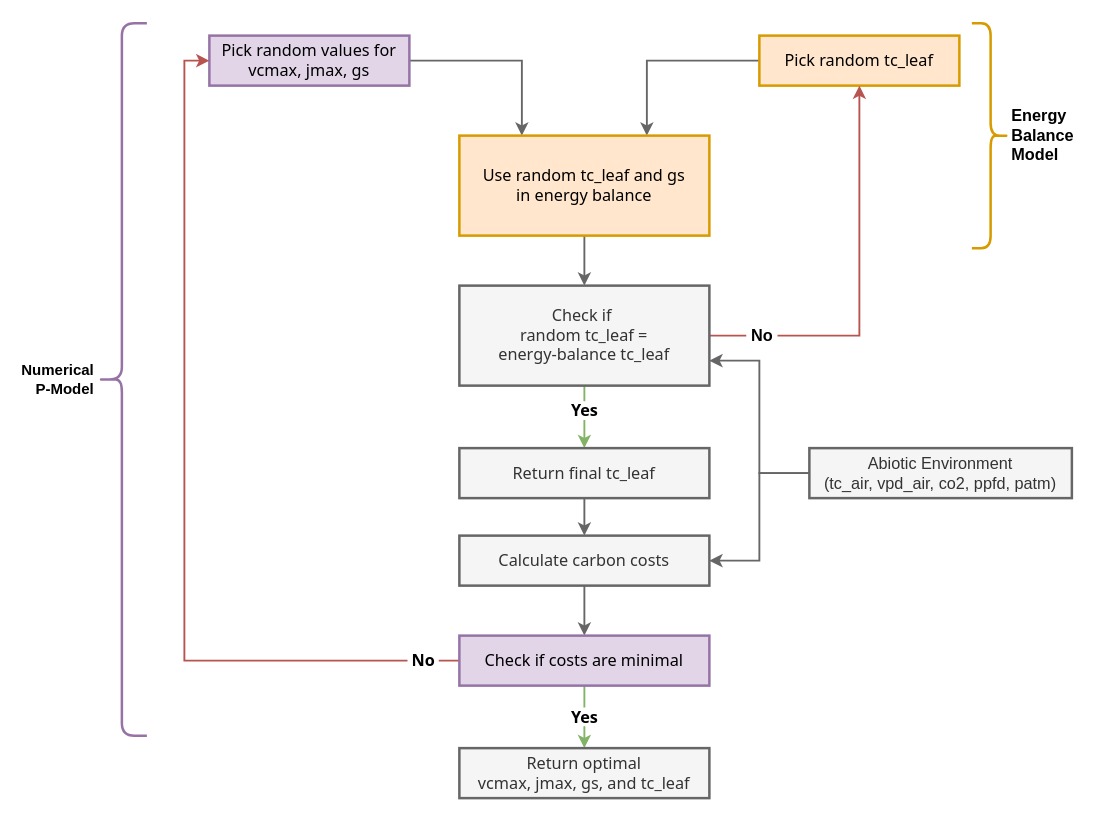
Earlier version of the draw.io diagram tutorial/figures/optimization_scheme.drawio (padasch/leaf_energy_balance_tutorial). Source tidied: cells renumbered, new cells numbered last; positions are measured from the earlier drawing's top-left corner, leaving out a move shared by most shapes. Both pictures are drawn from the tidied source at 125%, with x=0, y=0 at pixel (96, 22).
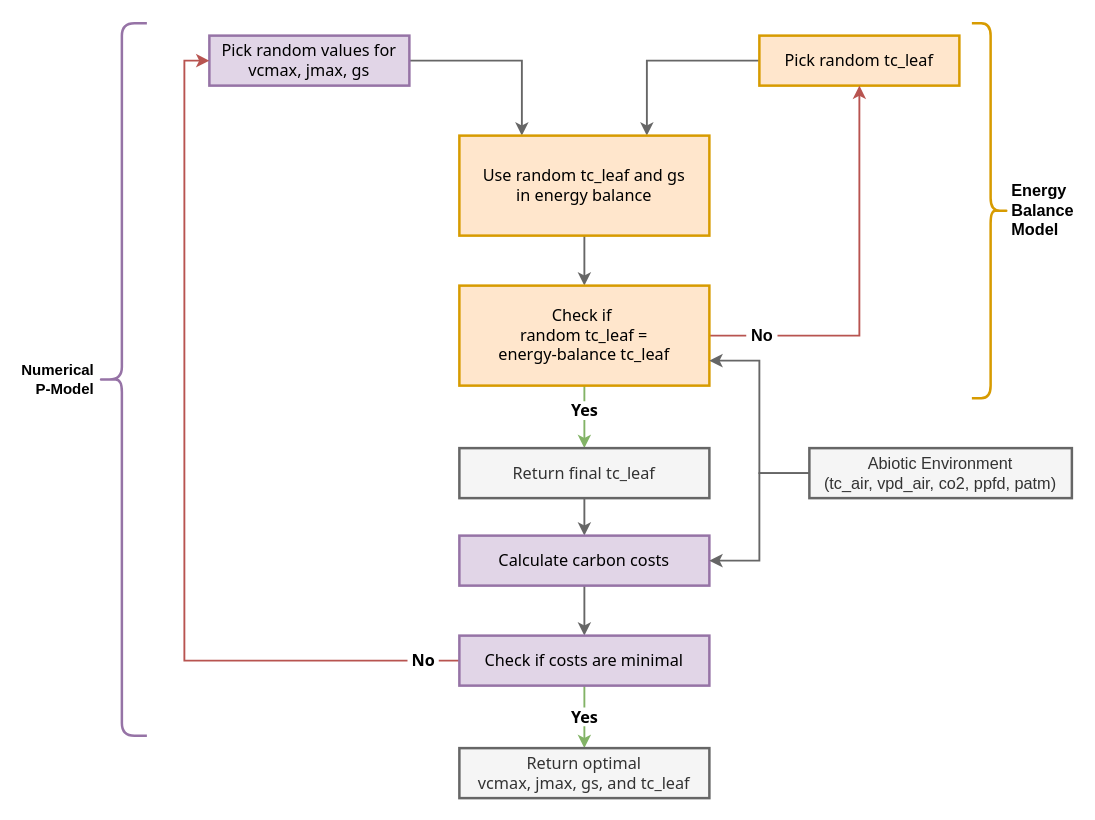
Above is the later version.

Change to the diagram source:
```diff
@@
-    <mxCell id="10" value="&lt;div style=&quot;font-size: 13px;&quot;&gt;Check if&amp;nbsp;&lt;/div&gt;&lt;div style=&quot;font-size: 13px;&quot;&gt;&lt;span style=&quot;font-size: 13px;&quot;&gt;random tc_leaf&amp;nbsp;&lt;/span&gt;&lt;span style=&quot;font-size: 13px;&quot;&gt;=&lt;/span&gt;&lt;/div&gt;&lt;div style=&quot;font-size: 13px;&quot;&gt;&lt;span style=&quot;font-size: 13px;&quot;&gt;energy-balance tc_leaf&lt;/span&gt;&lt;/div&gt;" style="whiteSpace=wrap;html=1;rounded=0;fontSize=13;fillColor=#f5f5f5;strokeColor=#666666;labelBorderColor=none;labelBackgroundColor=none;strokeWidth=2;fontFamily=Tahoma;fontColor=#333333;" parent="1" vertex="1">
+    <mxCell id="10" value="&lt;div style=&quot;font-size: 13px;&quot;&gt;Check if&amp;nbsp;&lt;/div&gt;&lt;div style=&quot;font-size: 13px;&quot;&gt;&lt;span style=&quot;font-size: 13px;&quot;&gt;random tc_leaf&amp;nbsp;&lt;/span&gt;&lt;span style=&quot;font-size: 13px;&quot;&gt;=&lt;/span&gt;&lt;/div&gt;&lt;div style=&quot;font-size: 13px;&quot;&gt;&lt;span style=&quot;font-size: 13px;&quot;&gt;energy-balance tc_leaf&lt;/span&gt;&lt;/div&gt;" style="whiteSpace=wrap;html=1;rounded=0;fontSize=13;fillColor=#ffe6cc;strokeColor=#d79b00;labelBorderColor=none;labelBackgroundColor=none;strokeWidth=2;fontFamily=Tahoma;" parent="1" vertex="1">
       <mxGeometry x="290" y="210" width="200" height="80" as="geometry" />
     </mxCell>
@@
-    <mxCell id="15" value="Calculate carbon costs" style="whiteSpace=wrap;html=1;rounded=0;fontSize=13;fillColor=#f5f5f5;strokeColor=#666666;labelBorderColor=none;labelBackgroundColor=none;strokeWidth=2;fontFamily=Tahoma;fontColor=#333333;" parent="1" vertex="1">
+    <mxCell id="15" value="Calculate carbon costs" style="whiteSpace=wrap;html=1;rounded=0;fontSize=13;fillColor=#e1d5e7;strokeColor=#9673a6;labelBorderColor=none;labelBackgroundColor=none;strokeWidth=2;fontFamily=Tahoma;" parent="1" vertex="1">
       <mxGeometry x="290" y="410" width="200" height="40" as="geometry" />
     </mxCell>
@@
     <mxCell id="24" value="&lt;b style=&quot;border-color: var(--border-color); font-size: 13px; text-align: right;&quot;&gt;Energy Balance Model&lt;/b&gt;" style="shape=curlyBracket;whiteSpace=wrap;html=1;rounded=1;flipH=1;labelPosition=right;verticalLabelPosition=middle;align=left;verticalAlign=middle;fillColor=#ffe6cc;strokeColor=#d79b00;strokeWidth=2;" parent="1" vertex="1">
-      <mxGeometry x="700" width="30" height="180" as="geometry" />
+      <mxGeometry x="700" width="30" height="300" as="geometry" />
     </mxCell>
```
